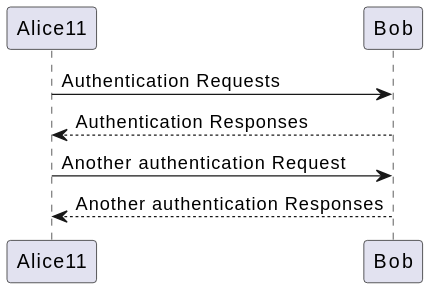
VamshiAnumolu/plant-uml-action keeps this PlantUML diagram as docs/diagrams1/new.svg. Above is the earlier version.
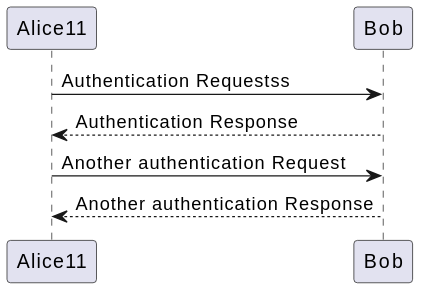
Above is the later version.

Commit message:
Adding Generated PlantUML Diagrams

The edit, as a diff of the source:
```diff
@@ -1,7 +1,7 @@
 @startuml
-Alice11 -> Bob: Authentication Requests
-Bob --> Alice11: Authentication Responses
+Alice11 -> Bob: Authentication Requestss
+Bob --> Alice11: Authentication Response
 
 Alice11 -> Bob: Another authentication Request
-Alice11 <-- Bob: Another authentication Responses
+Alice11 <-- Bob: Another authentication Response
 @enduml
```
